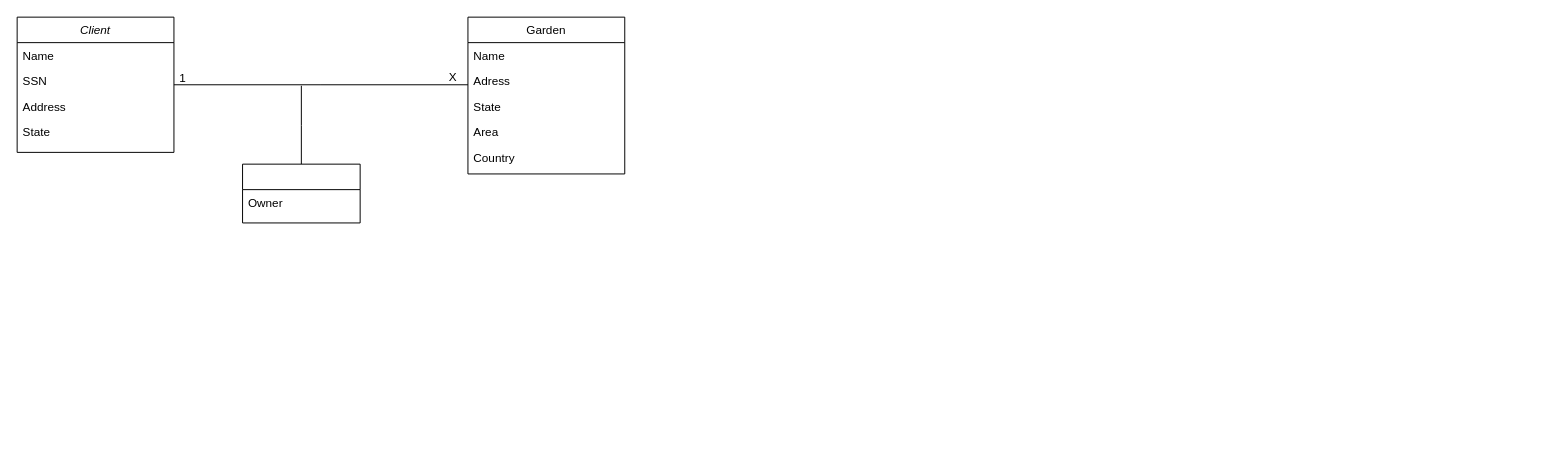
Above: Jardineiro.drawio in brito-bernardo/database-modeling (draw.io), before the change. Source tidied: cells renumbered, new cells numbered last; positions are measured from the earlier drawing's top-left corner, leaving out a move shared by most shapes. Both pictures are drawn from the tidied source at 98%, with x=0, y=0 at pixel (17, 17).
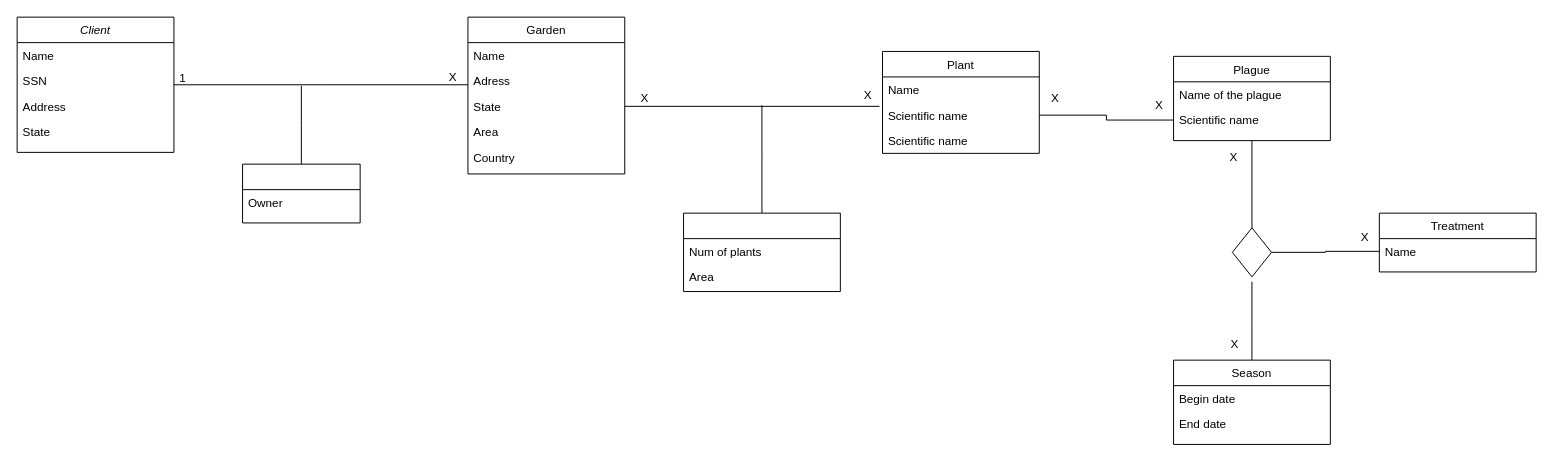
The same page after the edit.

The change refers to these unchanged cells:
```xml
<mxCell id="10" value="Garden" style="swimlane;fontStyle=0;align=center;verticalAlign=top;horizontal=1;startSize=26;rounded=0;shadow=0;strokeWidth=1;" parent="1" vertex="1">
  <mxGeometry x="460" width="160" height="160" as="geometry" />
</mxCell>
<mxCell id="13" value="State" style="text;align=left;verticalAlign=top;spacingLeft=4;spacingRight=4;overflow=hidden;points=[[0,0.5],[1,0.5]];portConstraint=eastwest;rounded=0;shadow=0;html=0;" parent="10" vertex="1">
  <mxGeometry y="78" width="160" height="26" as="geometry" />
</mxCell>
```

What changed in the source:
```diff
@@
+    <mxCell id="19" style="edgeStyle=orthogonalEdgeStyle;rounded=0;jettySize=auto;html=1;endArrow=none;endFill=0;" parent="10" edge="1" source="13">
+      <mxGeometry relative="1" as="geometry">
+        <mxPoint x="420" y="91" as="targetPoint" />
+      </mxGeometry>
+    </mxCell>
@@
+    <mxCell id="20" value="Plant" style="swimlane;fontStyle=0;align=center;verticalAlign=top;horizontal=1;startSize=26;rounded=0;shadow=0;strokeWidth=1;" parent="1" vertex="1">
+      <mxGeometry x="883" y="35" width="160" height="104" as="geometry" />
+    </mxCell>
+    <mxCell id="21" value="Name" style="text;align=left;verticalAlign=top;spacingLeft=4;spacingRight=4;overflow=hidden;" parent="20" vertex="1">
+      <mxGeometry y="26" width="160" height="26" as="geometry" />
+    </mxCell>
+    <mxCell id="22" value="Scientific name" style="text;align=left;verticalAlign=top;spacingLeft=4;spacingRight=4;overflow=hidden;points=[[0,0.5],[1,0.5]];portConstraint=eastwest;rounded=0;shadow=0;html=0;" parent="20" vertex="1">
+      <mxGeometry y="52" width="160" height="26" as="geometry" />
+    </mxCell>
+    <mxCell id="23" value="Scientific name" style="text;align=left;verticalAlign=top;spacingLeft=4;spacingRight=4;overflow=hidden;rounded=0;shadow=0;html=0;" parent="20" vertex="1">
+      <mxGeometry y="78" width="160" height="26" as="geometry" />
+    </mxCell>
+    <mxCell id="24" value="X" style="text;html=1;align=center;verticalAlign=middle;strokeColor=none;fillColor=none;" parent="1" vertex="1">
+      <mxGeometry x="625" y="68" width="30" height="30" as="geometry" />
+    </mxCell>
+    <mxCell id="25" value="X" style="text;html=1;align=center;verticalAlign=middle;strokeColor=none;fillColor=none;" parent="1" vertex="1">
+      <mxGeometry x="853" y="65" width="30" height="30" as="geometry" />
+    </mxCell>
+    <mxCell id="26" style="edgeStyle=orthogonalEdgeStyle;rounded=0;jettySize=auto;html=1;endArrow=none;endFill=0;" parent="1" edge="1" source="27">
+      <mxGeometry relative="1" as="geometry">
+        <mxPoint x="760" y="90" as="targetPoint" />
+      </mxGeometry>
+    </mxCell>
+    <mxCell id="27" style="swimlane;fontStyle=0;align=center;verticalAlign=top;horizontal=1;startSize=26;rounded=0;shadow=0;strokeWidth=1;" parent="1" vertex="1">
+      <mxGeometry x="680" y="200" width="160" height="80" as="geometry" />
+    </mxCell>
+    <mxCell id="28" value="Num of plants" style="text;align=left;verticalAlign=top;spacingLeft=4;spacingRight=4;overflow=hidden;" parent="27" vertex="1">
+      <mxGeometry y="26" width="160" height="26" as="geometry" />
+    </mxCell>
+    <mxCell id="29" value="Area" style="text;align=left;verticalAlign=top;spacingLeft=4;spacingRight=4;overflow=hidden;rounded=0;shadow=0;html=0;" parent="27" vertex="1">
+      <mxGeometry y="52" width="160" height="26" as="geometry" />
+    </mxCell>
+    <mxCell id="30" value="Plague" style="swimlane;fontStyle=0;align=center;verticalAlign=top;horizontal=1;startSize=26;rounded=0;shadow=0;strokeWidth=1;" parent="1" vertex="1">
+      <mxGeometry x="1180" y="40" width="160" height="86" as="geometry" />
+    </mxCell>
+    <mxCell id="31" value="Name of the plague" style="text;align=left;verticalAlign=top;spacingLeft=4;spacingRight=4;overflow=hidden;" parent="30" vertex="1">
+      <mxGeometry y="26" width="160" height="26" as="geometry" />
+    </mxCell>
+    <mxCell id="32" value="Scientific name" style="text;align=left;verticalAlign=top;spacingLeft=4;spacingRight=4;overflow=hidden;points=[[0,0.5],[1,0.5]];portConstraint=eastwest;rounded=0;shadow=0;html=0;" parent="30" vertex="1">
+      <mxGeometry y="52" width="160" height="26" as="geometry" />
+    </mxCell>
+    <mxCell id="33" style="edgeStyle=orthogonalEdgeStyle;rounded=0;jettySize=auto;html=1;entryX=0;entryY=0.5;entryDx=0;entryDy=0;endArrow=none;endFill=0;" parent="1" edge="1" source="22" target="32">
+      <mxGeometry relative="1" as="geometry" />
+    </mxCell>
+    <mxCell id="34" value="X" style="text;html=1;align=center;verticalAlign=middle;strokeColor=none;fillColor=none;" parent="1" vertex="1">
+      <mxGeometry x="1044" y="68" width="30" height="30" as="geometry" />
+    </mxCell>
+    <mxCell id="35" style="edgeStyle=orthogonalEdgeStyle;rounded=0;jettySize=auto;html=1;entryX=0.5;entryY=1;entryDx=0;entryDy=0;endArrow=none;endFill=0;" parent="1" edge="1" source="36" target="30">
+      <mxGeometry relative="1" as="geometry" />
+    </mxCell>
+    <mxCell id="36" style="rhombus;whiteSpace=wrap;html=1;" parent="1" vertex="1">
+      <mxGeometry x="1240" y="215" width="40" height="50" as="geometry" />
+    </mxCell>
+    <mxCell id="37" value="X" style="text;html=1;align=center;verticalAlign=middle;strokeColor=none;fillColor=none;" parent="1" vertex="1">
+      <mxGeometry x="1150" y="75" width="30" height="30" as="geometry" />
+    </mxCell>
+    <mxCell id="38" style="edgeStyle=orthogonalEdgeStyle;rounded=0;jettySize=auto;html=1;endArrow=none;endFill=0;" parent="1" edge="1" source="39">
+      <mxGeometry relative="1" as="geometry">
+        <mxPoint x="1260" y="270" as="targetPoint" />
+      </mxGeometry>
+    </mxCell>
+    <mxCell id="39" value="Season" style="swimlane;fontStyle=0;align=center;verticalAlign=top;horizontal=1;startSize=26;rounded=0;shadow=0;strokeWidth=1;" parent="1" vertex="1">
+      <mxGeometry x="1180" y="350" width="160" height="86" as="geometry" />
+    </mxCell>
+    <mxCell id="40" value="Begin date" style="text;align=left;verticalAlign=top;spacingLeft=4;spacingRight=4;overflow=hidden;" parent="39" vertex="1">
+      <mxGeometry y="26" width="160" height="26" as="geometry" />
+    </mxCell>
+    <mxCell id="41" value="End date" style="text;align=left;verticalAlign=top;spacingLeft=4;spacingRight=4;overflow=hidden;rounded=0;shadow=0;html=0;" parent="39" vertex="1">
+      <mxGeometry y="52" width="160" height="26" as="geometry" />
+    </mxCell>
+    <mxCell id="42" value="Treatment" style="swimlane;fontStyle=0;align=center;verticalAlign=top;horizontal=1;startSize=26;rounded=0;shadow=0;strokeWidth=1;" parent="1" vertex="1">
+      <mxGeometry x="1390" y="200" width="160" height="60" as="geometry" />
+    </mxCell>
+    <mxCell id="43" value="Name" style="text;align=left;verticalAlign=top;spacingLeft=4;spacingRight=4;overflow=hidden;points=[[0,0.5],[1,0.5]];portConstraint=eastwest;" parent="42" vertex="1">
+      <mxGeometry y="26" width="160" height="26" as="geometry" />
+    </mxCell>
+    <mxCell id="44" style="edgeStyle=orthogonalEdgeStyle;rounded=0;jettySize=auto;html=1;entryX=1;entryY=0.5;entryDx=0;entryDy=0;endArrow=none;endFill=0;" parent="1" edge="1" source="43" target="36">
+      <mxGeometry relative="1" as="geometry" />
+    </mxCell>
+    <mxCell id="45" value="X" style="text;html=1;align=center;verticalAlign=middle;strokeColor=none;fillColor=none;" parent="1" vertex="1">
+      <mxGeometry x="1360" y="210" width="30" height="30" as="geometry" />
+    </mxCell>
+    <mxCell id="46" value="X" style="text;html=1;align=center;verticalAlign=middle;strokeColor=none;fillColor=none;" parent="1" vertex="1">
+      <mxGeometry x="1227" y="319" width="30" height="30" as="geometry" />
+    </mxCell>
+    <mxCell id="47" value="X" style="text;html=1;align=center;verticalAlign=middle;strokeColor=none;fillColor=none;" parent="1" vertex="1">
+      <mxGeometry x="1226" y="128" width="30" height="30" as="geometry" />
+    </mxCell>
```
